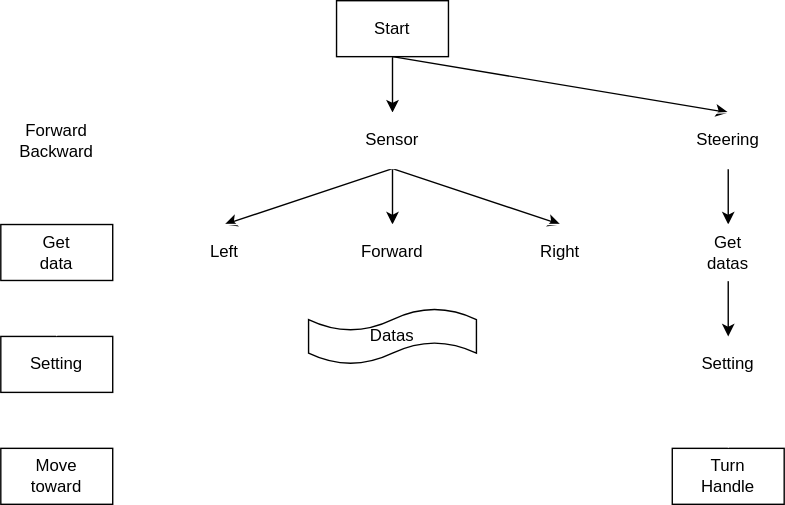
The draw.io diagram toyota.drawio.svg in jizots/AI_minicar, before a commit. Source tidied: cells renumbered, new cells last; positions are measured from the earlier drawing's top-left corner, leaving out a move shared by most shapes.
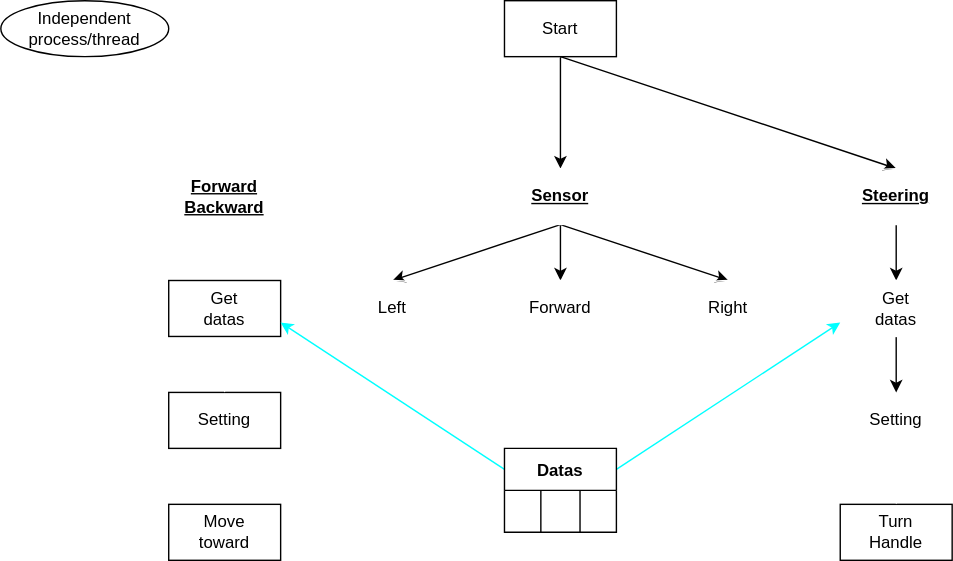
Later version of the same file.

The edit, as a diff of the source:
```diff
@@ -27,15 +27,15 @@
       <mxGeometry relative="1" as="geometry" />
     </mxCell>
     <mxCell id="10" value="Start" style="whiteSpace=wrap;html=1;" parent="1" vertex="1">
-      <mxGeometry x="240" width="80" height="40" as="geometry" />
+      <mxGeometry x="240" y="-40" width="80" height="40" as="geometry" />
     </mxCell>
-    <mxCell id="11" value="Right" style="whiteSpace=wrap;html=1;strokeColor=#FFFFFF;fillColor=none;" parent="1" vertex="1">
+    <mxCell id="11" value="Right" style="ellipse;whiteSpace=wrap;html=1;strokeColor=#FFFFFF;fillColor=none;" parent="1" vertex="1">
       <mxGeometry x="360" y="160" width="80" height="40" as="geometry" />
     </mxCell>
-    <mxCell id="12" value="Forward" style="whiteSpace=wrap;html=1;strokeColor=#FFFFFF;fillColor=none;" parent="1" vertex="1">
+    <mxCell id="12" value="Forward" style="ellipse;whiteSpace=wrap;html=1;strokeColor=#FFFFFF;fillColor=none;" parent="1" vertex="1">
       <mxGeometry x="240" y="160" width="80" height="40" as="geometry" />
     </mxCell>
-    <mxCell id="13" value="Left" style="whiteSpace=wrap;html=1;strokeColor=#FFFFFF;fillColor=none;" parent="1" vertex="1">
+    <mxCell id="13" value="Left" style="ellipse;whiteSpace=wrap;html=1;strokeColor=#FFFFFF;fillColor=none;" parent="1" vertex="1">
       <mxGeometry x="120" y="160" width="80" height="40" as="geometry" />
     </mxCell>
     <mxCell id="14" value="Turn&lt;br&gt;Handle" style="whiteSpace=wrap;html=1;" parent="1" vertex="1">
@@ -47,13 +47,13 @@
     <mxCell id="16" value="Setting" style="whiteSpace=wrap;html=1;strokeColor=#FFFFFF;fillColor=none;" parent="1" vertex="1">
       <mxGeometry x="480" y="240" width="80" height="40" as="geometry" />
     </mxCell>
-    <mxCell id="17" value="Sensor" style="ellipse;whiteSpace=wrap;html=1;strokeColor=#FFFFFF;fillColor=none;" parent="1" vertex="1">
+    <mxCell id="17" value="&lt;b&gt;&lt;u&gt;Sensor&lt;/u&gt;&lt;/b&gt;" style="ellipse;whiteSpace=wrap;html=1;strokeColor=#FFFFFF;fillColor=none;" parent="1" vertex="1">
       <mxGeometry x="240" y="80" width="80" height="40" as="geometry" />
     </mxCell>
     <mxCell id="18" style="edgeStyle=none;html=1;exitX=0.5;exitY=1;exitDx=0;exitDy=0;entryX=0.5;entryY=0;entryDx=0;entryDy=0;strokeColor=#FFFFFF;" parent="1" edge="1" source="19" target="26">
       <mxGeometry relative="1" as="geometry" />
     </mxCell>
-    <mxCell id="19" value="Forward&lt;br&gt;Backward" style="ellipse;whiteSpace=wrap;html=1;strokeColor=#FFFFFF;fillColor=none;" parent="1" vertex="1">
+    <mxCell id="19" value="&lt;b&gt;&lt;u&gt;Forward&lt;br&gt;Backward&lt;/u&gt;&lt;/b&gt;" style="ellipse;whiteSpace=wrap;html=1;strokeColor=#FFFFFF;fillColor=none;" parent="1" vertex="1">
       <mxGeometry y="80" width="80" height="40" as="geometry" />
     </mxCell>
     <mxCell id="20" value="Move&lt;br&gt;toward" style="whiteSpace=wrap;html=1;" parent="1" vertex="1">
@@ -62,7 +62,7 @@
     <mxCell id="21" style="edgeStyle=none;html=1;exitX=0.5;exitY=1;exitDx=0;exitDy=0;entryX=0.5;entryY=0;entryDx=0;entryDy=0;" parent="1" edge="1" source="22" target="24">
       <mxGeometry relative="1" as="geometry" />
     </mxCell>
-    <mxCell id="22" value="Steering" style="ellipse;whiteSpace=wrap;html=1;strokeColor=#FFFFFF;fillColor=none;" parent="1" vertex="1">
+    <mxCell id="22" value="&lt;b&gt;&lt;u&gt;Steering&lt;/u&gt;&lt;/b&gt;" style="ellipse;whiteSpace=wrap;html=1;strokeColor=#FFFFFF;fillColor=none;" parent="1" vertex="1">
       <mxGeometry x="480" y="80" width="80" height="40" as="geometry" />
     </mxCell>
     <mxCell id="23" style="edgeStyle=none;html=1;exitX=0.5;exitY=1;exitDx=0;exitDy=0;entryX=0.5;entryY=0;entryDx=0;entryDy=0;" parent="1" edge="1" source="24" target="16">
@@ -74,11 +74,32 @@
     <mxCell id="25" style="edgeStyle=none;html=1;exitX=0.5;exitY=1;exitDx=0;exitDy=0;entryX=0.5;entryY=0;entryDx=0;entryDy=0;strokeColor=#FFFFFF;" parent="1" edge="1" source="26" target="6">
       <mxGeometry relative="1" as="geometry" />
     </mxCell>
-    <mxCell id="26" value="Get&lt;br&gt;data" style="whiteSpace=wrap;html=1;" parent="1" vertex="1">
+    <mxCell id="26" value="Get&lt;br&gt;datas" style="whiteSpace=wrap;html=1;" parent="1" vertex="1">
       <mxGeometry y="160" width="80" height="40" as="geometry" />
     </mxCell>
+    <mxCell id="28" style="edgeStyle=none;html=1;exitX=1;exitY=0.25;exitDx=0;exitDy=0;entryX=0;entryY=0.75;entryDx=0;entryDy=0;strokeColor=#00FFFF;" parent="1" edge="1" source="27" target="24">
+      <mxGeometry relative="1" as="geometry" />
+    </mxCell>
+    <mxCell id="29" style="edgeStyle=none;html=1;exitX=0;exitY=0.25;exitDx=0;exitDy=0;entryX=1;entryY=0.75;entryDx=0;entryDy=0;strokeColor=#00FFFF;" parent="1" edge="1" source="27" target="26">
+      <mxGeometry relative="1" as="geometry" />
+    </mxCell>
-    <mxCell id="27" value="Datas" style="shape=tape;whiteSpace=wrap;html=1;" parent="1" vertex="1">
-      <mxGeometry x="220" y="220" width="120" height="40" as="geometry" />
+    <mxCell id="27" value="Datas" style="shape=table;startSize=30;fontStyle=1;align=center;" parent="1" vertex="1">
+      <mxGeometry x="240" y="280" width="80" height="60" as="geometry" />
     </mxCell>
+    <mxCell id="30" style="shape=tableRow;horizontal=0;startSize=0;swimlaneHead=0;swimlaneBody=0;top=0;left=0;bottom=0;right=0;fillColor=none;" parent="27" vertex="1">
+      <mxGeometry y="30" width="80" height="30" as="geometry" />
+    </mxCell>
+    <mxCell id="31" style="shape=partialRectangle;html=1;whiteSpace=wrap;fillColor=none;top=0;left=0;bottom=0;right=0;overflow=hidden;" parent="30" vertex="1">
+      <mxGeometry width="26" height="30" as="geometry" />
+    </mxCell>
+    <mxCell id="32" style="shape=partialRectangle;html=1;whiteSpace=wrap;fillColor=none;top=0;left=0;bottom=0;right=0;overflow=hidden;" parent="30" vertex="1">
+      <mxGeometry x="26" width="28" height="30" as="geometry" />
+    </mxCell>
+    <mxCell id="33" style="shape=partialRectangle;html=1;whiteSpace=wrap;fillColor=none;top=0;left=0;bottom=0;right=0;overflow=hidden;" parent="30" vertex="1">
+      <mxGeometry x="54" width="26" height="30" as="geometry" />
+    </mxCell>
+    <mxCell id="34" value="Independent&lt;br&gt;process/thread" style="ellipse;whiteSpace=wrap;html=1;" parent="1" vertex="1">
+      <mxGeometry x="-120" y="-40" width="120" height="40" as="geometry" />
+    </mxCell>
   </root>
 </mxGraphModel>
```
